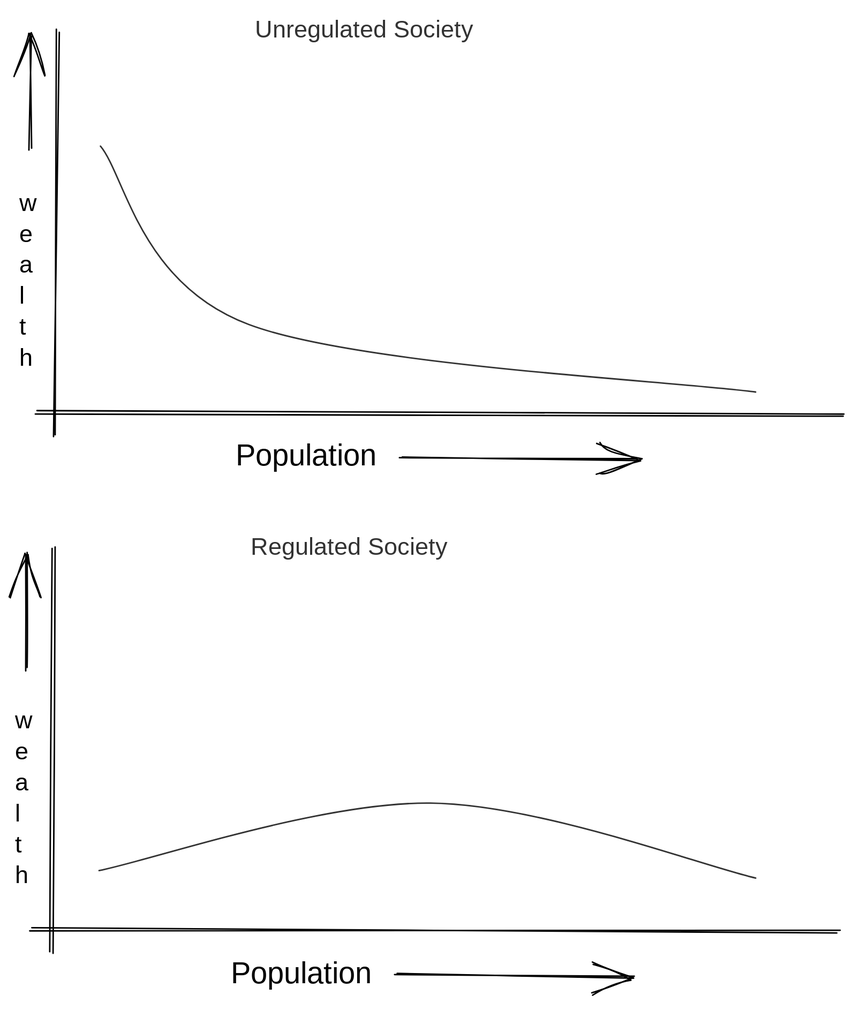
Before: img/post-53-1.svg.excalidraw.svg, a diagram exported from Excalidraw (dheepakg/dheepakg.github.io). Source tidied: one line per element, renumbered; positions are measured from the earlier drawing's top-left corner, leaving out a move shared by most shapes.
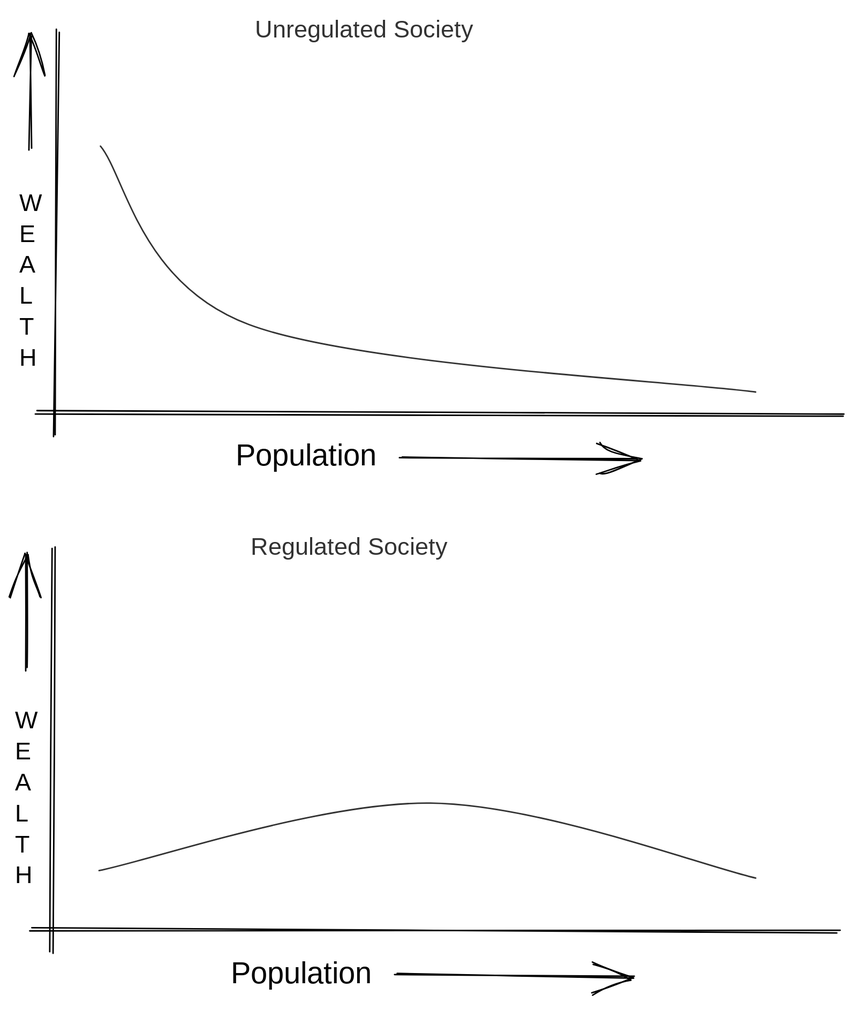
After the change.

The edit, as a diff of the source:
```diff
@@ -2,7 +2,7 @@
 {"id": 1, "type": "line", "strokeColor": "#000000", "strokeWidth": 1, "roughness": 1, "round": true, "x": 14, "y": 264, "width": 538, "height": 2, "points": [[0, 0], [538, 2]]}
 {"id": 2, "type": "text", "text": "Population", "strokeColor": "#000000", "strokeWidth": 1, "roughness": 1, "fontSize": 20, "fontFamily": 1, "x": 147, "y": 282, "width": 101, "height": 26}
 {"id": 3, "type": "arrow", "strokeColor": "#000000", "strokeWidth": 1, "roughness": 1, "endArrowhead": "arrow", "round": true, "from": 2, "x": 257, "y": 294, "width": 158, "height": 2, "points": [[0, 0], [158, 2]]}
-{"id": 4, "type": "text", "text": "w\ne\na\nl\nt\nh", "strokeColor": "#000000", "strokeWidth": 1, "roughness": 1, "fontSize": 16, "fontFamily": 1, "x": 3, "y": 117, "width": 11, "height": 124}
+{"id": 4, "type": "text", "text": "W\nE\nA\nL\nT\nH", "strokeColor": "#000000", "strokeWidth": 1, "roughness": 1, "fontSize": 16, "fontFamily": 1, "x": 3, "y": 117, "width": 13, "height": 124}
 {"id": 5, "type": "arrow", "strokeColor": "#000000", "strokeWidth": 1, "roughness": 1, "endArrowhead": "arrow", "round": true, "x": 10, "y": 90, "width": 1, "height": 77, "points": [[0, 0], [1, -77]]}
 {"id": 6, "type": "text", "text": "Unregulated Society", "strokeColor": "#000000", "strokeWidth": 1, "roughness": 1, "opacity": 80, "fontSize": 16, "fontFamily": 1, "x": 160, "y": 0, "width": 158, "height": 21}
 {"id": 7, "type": "line", "strokeColor": "#000000", "strokeWidth": 1, "roughness": 0, "opacity": 80, "round": true, "x": 57, "y": 88, "width": 437, "height": 164, "points": [[0, 0], [99, 119], [437, 164]]}
@@ -10,7 +10,7 @@
 {"id": 9, "type": "line", "strokeColor": "#000000", "strokeWidth": 1, "roughness": 1, "round": true, "x": 11, "y": 610, "width": 538, "height": 2, "points": [[0, 0], [538, 2]]}
 {"id": 10, "type": "text", "text": "Population", "strokeColor": "#000000", "strokeWidth": 1, "roughness": 1, "fontSize": 20, "fontFamily": 1, "x": 144, "y": 628, "width": 101, "height": 26}
 {"id": 11, "type": "arrow", "strokeColor": "#000000", "strokeWidth": 1, "roughness": 1, "endArrowhead": "arrow", "round": true, "from": 10, "x": 254, "y": 639, "width": 158, "height": 2, "points": [[0, 0], [158, 2]]}
-{"id": 12, "type": "text", "text": "w\ne\na\nl\nt\nh", "strokeColor": "#000000", "strokeWidth": 1, "roughness": 1, "fontSize": 16, "fontFamily": 1, "x": 0, "y": 462, "width": 11, "height": 124}
+{"id": 12, "type": "text", "text": "W\nE\nA\nL\nT\nH", "strokeColor": "#000000", "strokeWidth": 1, "roughness": 1, "fontSize": 16, "fontFamily": 1, "x": 0, "y": 462, "width": 13, "height": 124}
 {"id": 13, "type": "arrow", "strokeColor": "#000000", "strokeWidth": 1, "roughness": 1, "endArrowhead": "arrow", "round": true, "x": 7, "y": 436, "width": 1, "height": 77, "points": [[0, 0], [1, -77]]}
 {"id": 14, "type": "text", "text": "Regulated Society", "strokeColor": "#000000", "strokeWidth": 1, "roughness": 1, "opacity": 80, "fontSize": 16, "fontFamily": 1, "x": 157, "y": 345, "width": 143, "height": 21}
 {"id": 15, "type": "line", "strokeColor": "#000000", "strokeWidth": 1, "roughness": 0, "opacity": 80, "round": true, "x": 56, "y": 571, "width": 438, "height": 50, "points": [[0, 0], [221, -45], [438, 5]]}
```
